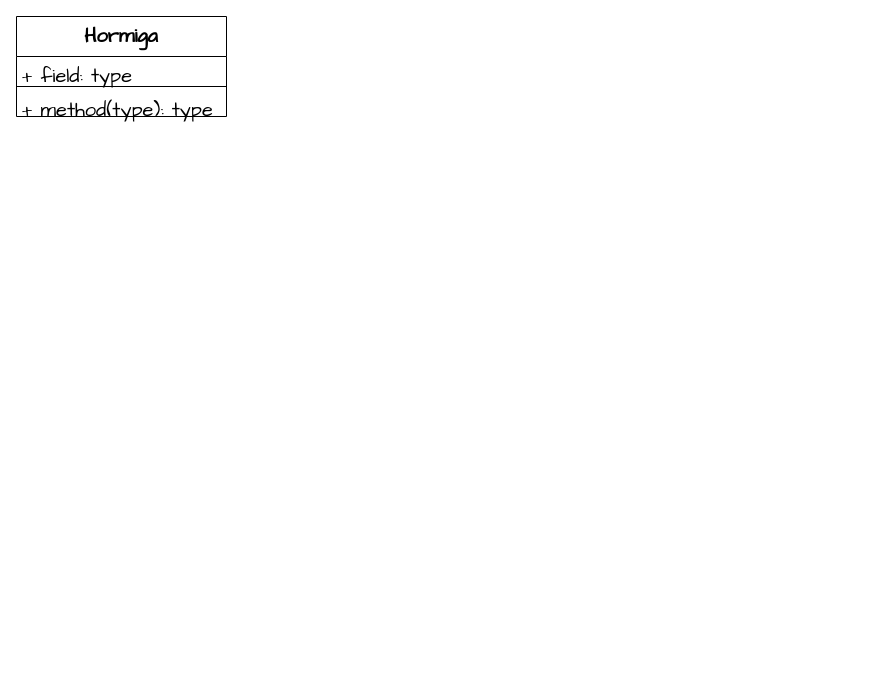
Before: Design/mrDC.dio in Marckr02/MREcuFauna, a draw.io diagram. Source tidied: cells renumbered, new cells numbered last; positions are measured from the earlier drawing's top-left corner, leaving out a move shared by most shapes. Both pictures are drawn from the tidied source at 100%, with x=0, y=0 at pixel (16, 16).
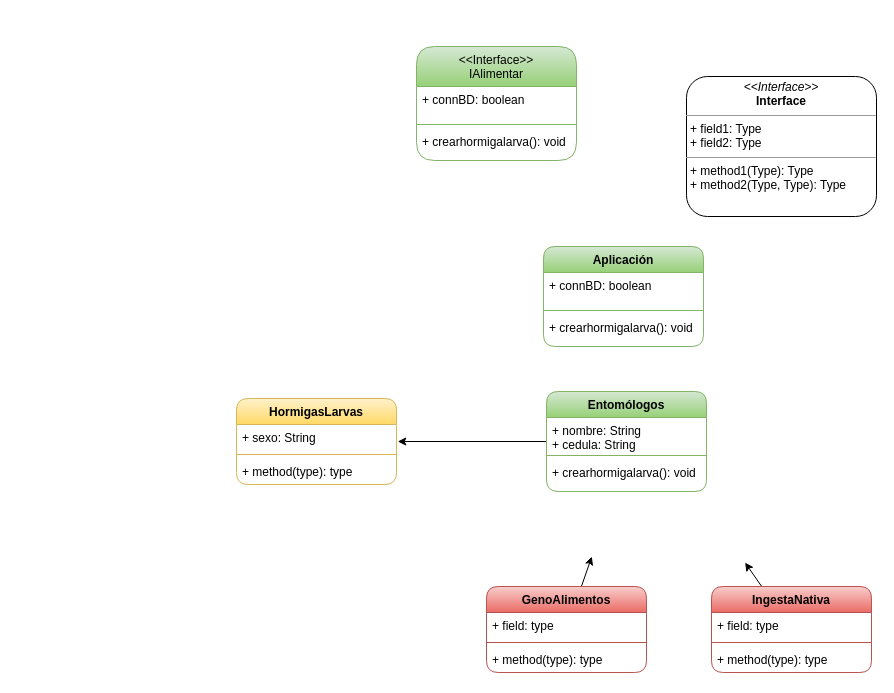
The same page after the edit.

Commit message (it also covers changes not shown here):
"Updated diagram layout and added new elements, including swimlanes, text, lines, and edges."

The edit, as a diff of the source:
```diff
@@
-    <mxCell id="2" value="Hormiga" style="swimlane;fontStyle=1;align=center;verticalAlign=top;horizontal=1;startSize=40;hachureGap=4;fontFamily=Architects Daughter;fontSize=20;" parent="1" vertex="1">
-      <mxGeometry width="210" height="100" as="geometry" />
-    </mxCell>
-    <mxCell id="3" value="+ field: type" style="text;strokeColor=none;fillColor=none;align=left;verticalAlign=top;spacingLeft=4;spacingRight=4;overflow=hidden;hachureGap=4;fontFamily=Architects Daughter;fontSize=20;" parent="2" vertex="1">
-      <mxGeometry y="40" width="210" height="26" as="geometry" />
-    </mxCell>
-    <mxCell id="4" style="line;strokeWidth=1;fillColor=none;align=left;verticalAlign=middle;spacingTop=-1;spacingLeft=3;spacingRight=3;labelPosition=right;strokeColor=inherit;hachureGap=4;fontFamily=Architects Daughter;fontSize=20;" parent="2" vertex="1">
-      <mxGeometry y="66" width="210" height="8" as="geometry" />
-    </mxCell>
+    <mxCell id="6" style="edgeStyle=none;rounded=1;html=1;entryX=1.008;entryY=0.654;entryDx=0;entryDy=0;entryPerimeter=0;" parent="1" edge="1" source="5" target="11">
+      <mxGeometry relative="1" as="geometry" />
+    </mxCell>
-    <mxCell id="5" value="+ method(type): type" style="text;strokeColor=none;fillColor=none;align=left;verticalAlign=top;spacingLeft=4;spacingRight=4;overflow=hidden;points=[[0,0.5],[1,0.5]];portConstraint=eastwest;hachureGap=4;fontFamily=Architects Daughter;fontSize=20;" parent="2" vertex="1">
-      <mxGeometry y="74" width="210" height="26" as="geometry" />
+    <mxCell id="5" value="Entomólogos" style="swimlane;fontStyle=1;align=center;verticalAlign=top;horizontal=1;startSize=26;rounded=1;fillColor=#d5e8d4;strokeColor=#82b366;gradientColor=#97d077;" parent="1" vertex="1">
+      <mxGeometry x="530" y="375" width="160" height="100" as="geometry" />
     </mxCell>
+    <mxCell id="7" value="+ nombre: String&#10;+ cedula: String" style="text;strokeColor=none;fillColor=none;align=left;verticalAlign=top;spacingLeft=4;spacingRight=4;overflow=hidden;rounded=1;" parent="5" vertex="1">
+      <mxGeometry y="26" width="160" height="34" as="geometry" />
+    </mxCell>
+    <mxCell id="8" style="line;strokeWidth=1;fillColor=none;align=left;verticalAlign=middle;spacingTop=-1;spacingLeft=3;spacingRight=3;labelPosition=right;strokeColor=inherit;rounded=1;" parent="5" vertex="1">
+      <mxGeometry y="60" width="160" height="8" as="geometry" />
+    </mxCell>
+    <mxCell id="9" value="+ crearhormigalarva(): void" style="text;strokeColor=none;fillColor=none;align=left;verticalAlign=top;spacingLeft=4;spacingRight=4;overflow=hidden;rounded=1;" parent="5" vertex="1">
+      <mxGeometry y="68" width="160" height="32" as="geometry" />
+    </mxCell>
+    <mxCell id="10" value="HormigasLarvas" style="swimlane;fontStyle=1;align=center;verticalAlign=top;horizontal=1;startSize=26;rounded=1;fillColor=#fff2cc;gradientColor=#ffd966;strokeColor=#d6b656;" parent="1" vertex="1">
+      <mxGeometry x="220" y="382" width="160" height="86" as="geometry" />
+    </mxCell>
+    <mxCell id="11" value="+ sexo: String&#10;" style="text;strokeColor=none;fillColor=none;align=left;verticalAlign=top;spacingLeft=4;spacingRight=4;overflow=hidden;points=[[0,0.5],[1,0.5]];portConstraint=eastwest;rounded=1;" parent="10" vertex="1">
+      <mxGeometry y="26" width="160" height="26" as="geometry" />
+    </mxCell>
+    <mxCell id="12" style="line;strokeWidth=1;fillColor=none;align=left;verticalAlign=middle;spacingTop=-1;spacingLeft=3;spacingRight=3;labelPosition=right;strokeColor=inherit;rounded=1;" parent="10" vertex="1">
+      <mxGeometry y="52" width="160" height="8" as="geometry" />
+    </mxCell>
+    <mxCell id="13" value="+ method(type): type" style="text;strokeColor=none;fillColor=none;align=left;verticalAlign=top;spacingLeft=4;spacingRight=4;overflow=hidden;rounded=1;" parent="10" vertex="1">
+      <mxGeometry y="60" width="160" height="26" as="geometry" />
+    </mxCell>
+    <mxCell id="14" style="edgeStyle=none;rounded=1;html=1;entryX=0.002;entryY=0.774;entryDx=0;entryDy=0;entryPerimeter=0;" parent="1" edge="1" source="15">
+      <mxGeometry relative="1" as="geometry">
+        <mxPoint x="575.3" y="540.1" as="targetPoint" />
+      </mxGeometry>
+    </mxCell>
+    <mxCell id="15" value="GenoAlimentos" style="swimlane;fontStyle=1;align=center;verticalAlign=top;horizontal=1;startSize=26;rounded=1;fillColor=#f8cecc;gradientColor=#ea6b66;strokeColor=#b85450;" parent="1" vertex="1">
+      <mxGeometry x="470" y="570" width="160" height="86" as="geometry" />
+    </mxCell>
+    <mxCell id="16" value="+ field: type" style="text;strokeColor=none;fillColor=none;align=left;verticalAlign=top;spacingLeft=4;spacingRight=4;overflow=hidden;rounded=1;" parent="15" vertex="1">
+      <mxGeometry y="26" width="160" height="26" as="geometry" />
+    </mxCell>
+    <mxCell id="17" style="line;strokeWidth=1;fillColor=none;align=left;verticalAlign=middle;spacingTop=-1;spacingLeft=3;spacingRight=3;labelPosition=right;strokeColor=inherit;rounded=1;" parent="15" vertex="1">
+      <mxGeometry y="52" width="160" height="8" as="geometry" />
+    </mxCell>
+    <mxCell id="18" value="+ method(type): type" style="text;strokeColor=none;fillColor=none;align=left;verticalAlign=top;spacingLeft=4;spacingRight=4;overflow=hidden;rounded=1;" parent="15" vertex="1">
+      <mxGeometry y="60" width="160" height="26" as="geometry" />
+    </mxCell>
+    <mxCell id="19" style="edgeStyle=none;rounded=1;html=1;entryX=0.96;entryY=1.005;entryDx=0;entryDy=0;entryPerimeter=0;" parent="1" edge="1" source="20">
+      <mxGeometry relative="1" as="geometry">
+        <mxPoint x="728.6" y="546.1" as="targetPoint" />
+      </mxGeometry>
+    </mxCell>
+    <mxCell id="20" value="IngestaNativa" style="swimlane;fontStyle=1;align=center;verticalAlign=top;horizontal=1;startSize=26;rounded=1;fillColor=#f8cecc;gradientColor=#ea6b66;strokeColor=#b85450;" parent="1" vertex="1">
+      <mxGeometry x="695" y="570" width="160" height="86" as="geometry" />
+    </mxCell>
+    <mxCell id="21" value="+ field: type" style="text;strokeColor=none;fillColor=none;align=left;verticalAlign=top;spacingLeft=4;spacingRight=4;overflow=hidden;rounded=1;" parent="20" vertex="1">
+      <mxGeometry y="26" width="160" height="26" as="geometry" />
+    </mxCell>
+    <mxCell id="22" style="line;strokeWidth=1;fillColor=none;align=left;verticalAlign=middle;spacingTop=-1;spacingLeft=3;spacingRight=3;labelPosition=right;strokeColor=inherit;rounded=1;" parent="20" vertex="1">
+      <mxGeometry y="52" width="160" height="8" as="geometry" />
+    </mxCell>
+    <mxCell id="23" value="+ method(type): type" style="text;strokeColor=none;fillColor=none;align=left;verticalAlign=top;spacingLeft=4;spacingRight=4;overflow=hidden;rounded=1;" parent="20" vertex="1">
+      <mxGeometry y="60" width="160" height="26" as="geometry" />
+    </mxCell>
+    <mxCell id="24" value="Aplicación" style="swimlane;fontStyle=1;align=center;verticalAlign=top;horizontal=1;startSize=26;rounded=1;fillColor=#d5e8d4;strokeColor=#82b366;gradientColor=#97d077;" parent="1" vertex="1">
+      <mxGeometry x="527" y="230" width="160" height="100" as="geometry" />
+    </mxCell>
+    <mxCell id="25" value="+ connBD: boolean" style="text;strokeColor=none;fillColor=none;align=left;verticalAlign=top;spacingLeft=4;spacingRight=4;overflow=hidden;rounded=1;" parent="24" vertex="1">
+      <mxGeometry y="26" width="160" height="34" as="geometry" />
+    </mxCell>
+    <mxCell id="26" style="line;strokeWidth=1;fillColor=none;align=left;verticalAlign=middle;spacingTop=-1;spacingLeft=3;spacingRight=3;labelPosition=right;strokeColor=inherit;rounded=1;" parent="24" vertex="1">
+      <mxGeometry y="60" width="160" height="8" as="geometry" />
+    </mxCell>
+    <mxCell id="27" value="+ crearhormigalarva(): void" style="text;strokeColor=none;fillColor=none;align=left;verticalAlign=top;spacingLeft=4;spacingRight=4;overflow=hidden;rounded=1;" parent="24" vertex="1">
+      <mxGeometry y="68" width="160" height="32" as="geometry" />
+    </mxCell>
+    <mxCell id="28" value="&lt;p style=&quot;margin:0px;margin-top:4px;text-align:center;&quot;&gt;&lt;i&gt;&amp;lt;&amp;lt;Interface&amp;gt;&amp;gt;&lt;/i&gt;&lt;br/&gt;&lt;b&gt;Interface&lt;/b&gt;&lt;/p&gt;&lt;hr size=&quot;1&quot;/&gt;&lt;p style=&quot;margin:0px;margin-left:4px;&quot;&gt;+ field1: Type&lt;br/&gt;+ field2: Type&lt;/p&gt;&lt;hr size=&quot;1&quot;/&gt;&lt;p style=&quot;margin:0px;margin-left:4px;&quot;&gt;+ method1(Type): Type&lt;br/&gt;+ method2(Type, Type): Type&lt;/p&gt;" style="verticalAlign=top;align=left;overflow=fill;fontSize=12;fontFamily=Helvetica;html=1;rounded=1;" parent="1" vertex="1">
+      <mxGeometry x="670" y="60" width="190" height="140" as="geometry" />
+    </mxCell>
+    <mxCell id="29" value="&lt;&lt;Interface&gt;&gt;&#10;IAlimentar" style="swimlane;fontStyle=0;align=center;verticalAlign=top;horizontal=1;startSize=40;rounded=1;fillColor=#d5e8d4;strokeColor=#82b366;gradientColor=#97d077;" parent="1" vertex="1">
+      <mxGeometry x="400" y="30" width="160" height="114" as="geometry" />
+    </mxCell>
+    <mxCell id="30" value="+ connBD: boolean" style="text;strokeColor=none;fillColor=none;align=left;verticalAlign=top;spacingLeft=4;spacingRight=4;overflow=hidden;rounded=1;" parent="29" vertex="1">
+      <mxGeometry y="40" width="160" height="34" as="geometry" />
+    </mxCell>
+    <mxCell id="31" style="line;strokeWidth=1;fillColor=none;align=left;verticalAlign=middle;spacingTop=-1;spacingLeft=3;spacingRight=3;labelPosition=right;strokeColor=inherit;rounded=1;" parent="29" vertex="1">
+      <mxGeometry y="74" width="160" height="8" as="geometry" />
+    </mxCell>
+    <mxCell id="32" value="+ crearhormigalarva(): void" style="text;strokeColor=none;fillColor=none;align=left;verticalAlign=top;spacingLeft=4;spacingRight=4;overflow=hidden;rounded=1;" parent="29" vertex="1">
+      <mxGeometry y="82" width="160" height="32" as="geometry" />
+    </mxCell>
```
